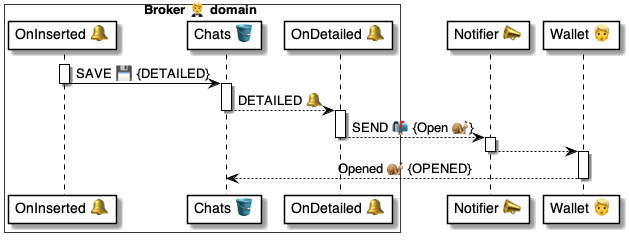
This is 4 ⚙️ Solution/20 🧑‍🦰 UI/Brokers 🤵/🤵🪣 Broker tables/Chats 💬 table/🪣🔔 3 Detailed/🤵 OnChatDetailed ⚙️ uml.png from pollyweb-org/pollyweb-docs, a PlantUML export, as it was before one commit. Its source is kept beside it as 4 ⚙️ Solution/20 🧑‍🦰 UI/Brokers 🤵/🤵🪣 Broker tables/Chats 💬 table/🪣🔔 3 Detailed/🤵 OnChatDetailed ⚙️ uml.puml.
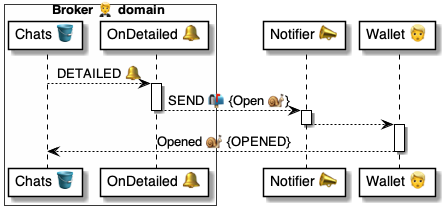
The same file after the commit.

What changed in the source:
```diff
@@ -2,7 +2,6 @@
 
 
 box Broker 🤵 domain #FFFFFA
-    participant "OnInserted 🔔" as script
     participant "Chats 🪣" as table
     participant "OnDetailed 🔔" as handler
 end box
@@ -12,13 +11,8 @@
 
 
 
-activate script
-    script -> table: SAVE 💾 {DETAILED}
-deactivate script
 
-activate table
     table --> handler: DETAILED 🔔
-deactivate table
 
 activate handler
     handler --> notifier: SEND 📬 {Open 🐌}
```
